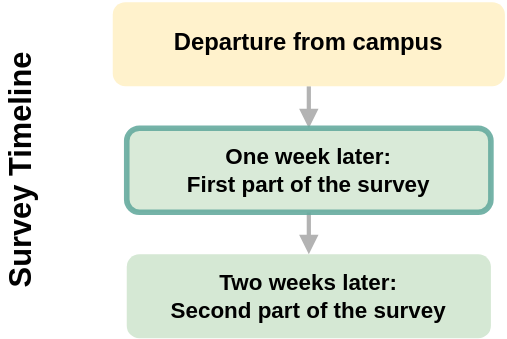
Before: Timeline.svg, a diagram exported from draw.io (iitkcss/iitkcss.github.io). Source tidied: cells renumbered, new cells last; positions are measured from the earlier drawing's top-left corner, leaving out a move shared by most shapes. Source of this version:
```xml
<mxGraphModel>
  <root>
    <mxCell id="0" />
    <mxCell id="1" parent="0" />
    <mxCell id="2" style="edgeStyle=orthogonalEdgeStyle;rounded=0;jettySize=auto;html=1;strokeWidth=3;endArrow=block;endFill=1;strokeColor=#B3B3B3;" parent="1" edge="1" source="3" target="5">
      <mxGeometry relative="1" as="geometry" />
    </mxCell>
    <mxCell id="3" value="&lt;b&gt;&lt;font style=&quot;font-size: 17px&quot;&gt;Departure from campus&lt;/font&gt;&lt;/b&gt;" style="rounded=1;whiteSpace=wrap;html=1;fillColor=#fff2cc;strokeWidth=2;strokeColor=none;" parent="1" vertex="1">
      <mxGeometry x="180" width="280" height="60" as="geometry" />
    </mxCell>
    <mxCell id="4" style="edgeStyle=orthogonalEdgeStyle;rounded=0;jettySize=auto;html=1;endArrow=block;endFill=1;strokeColor=#B3B3B3;strokeWidth=3;" parent="1" edge="1" source="5" target="6">
      <mxGeometry relative="1" as="geometry" />
    </mxCell>
    <mxCell id="5" value="&lt;b&gt;&lt;font style=&quot;font-size: 16px&quot;&gt;One week later:&lt;br&gt;First part of the survey&lt;/font&gt;&lt;/b&gt;" style="whiteSpace=wrap;html=1;rounded=1;strokeWidth=4;fillColor=#d5e8d4;strokeColor=#67AB9F;shadow=0;sketch=0;glass=0;opacity=90;perimeterSpacing=0;" parent="1" vertex="1">
      <mxGeometry x="190" y="90" width="260" height="60" as="geometry" />
    </mxCell>
    <mxCell id="6" value="&lt;b&gt;&lt;font style=&quot;font-size: 16px&quot;&gt;Two weeks later:&lt;br&gt;Second part of the survey&lt;/font&gt;&lt;/b&gt;" style="whiteSpace=wrap;html=1;rounded=1;strokeWidth=2;fillColor=#d5e8d4;strokeColor=none;" parent="1" vertex="1">
      <mxGeometry x="190" y="180" width="260" height="60" as="geometry" />
    </mxCell>
    <mxCell id="7" value="Survey Timeline" style="text;strokeColor=none;fillColor=none;align=center;verticalAlign=middle;whiteSpace=wrap;rounded=0;shadow=0;glass=0;sketch=0;opacity=90;rotation=-90;labelBackgroundColor=none;labelBorderColor=none;html=1;fontSize=22;horizontal=1;fontStyle=1;" parent="1" vertex="1">
      <mxGeometry y="105" width="230" height="30" as="geometry" />
    </mxCell>
  </root>
</mxGraphModel>
```
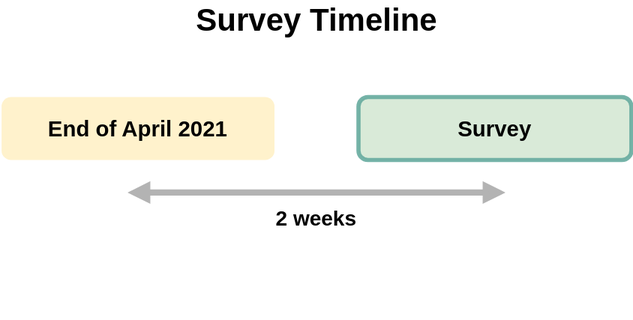
The same diagram one commit later.

Diff of the diagram source:
```diff
@@ -2,23 +2,35 @@
   <root>
     <mxCell id="0" />
     <mxCell id="1" parent="0" />
-    <mxCell id="2" style="edgeStyle=orthogonalEdgeStyle;rounded=0;jettySize=auto;html=1;strokeWidth=3;endArrow=block;endFill=1;strokeColor=#B3B3B3;" parent="1" edge="1" source="3" target="5">
-      <mxGeometry relative="1" as="geometry" />
+    <mxCell id="2" style="edgeStyle=orthogonalEdgeStyle;rounded=0;orthogonalLoop=1;jettySize=auto;html=1;strokeWidth=6;endArrow=block;endFill=1;strokeColor=#B3B3B3;startArrow=block;startFill=1;" parent="1" edge="1">
+      <mxGeometry relative="1" as="geometry">
+        <mxPoint x="10" y="200" as="sourcePoint" />
+        <mxPoint x="370" y="200" as="targetPoint" />
+      </mxGeometry>
     </mxCell>
-    <mxCell id="3" value="&lt;b&gt;&lt;font style=&quot;font-size: 17px&quot;&gt;Departure from campus&lt;/font&gt;&lt;/b&gt;" style="rounded=1;whiteSpace=wrap;html=1;fillColor=#fff2cc;strokeWidth=2;strokeColor=none;" parent="1" vertex="1">
-      <mxGeometry x="180" width="280" height="60" as="geometry" />
+    <mxCell id="3" value="&lt;b&gt;&lt;font style=&quot;font-size: 21px&quot;&gt;End of April 2021&lt;/font&gt;&lt;/b&gt;" style="rounded=1;whiteSpace=wrap;html=1;fillColor=#fff2cc;strokeWidth=2;strokeColor=none;" parent="1" vertex="1">
+      <mxGeometry x="-110" y="109" width="260" height="60" as="geometry" />
     </mxCell>
-    <mxCell id="4" style="edgeStyle=orthogonalEdgeStyle;rounded=0;jettySize=auto;html=1;endArrow=block;endFill=1;strokeColor=#B3B3B3;strokeWidth=3;" parent="1" edge="1" source="5" target="6">
-      <mxGeometry relative="1" as="geometry" />
-    </mxCell>
-    <mxCell id="5" value="&lt;b&gt;&lt;font style=&quot;font-size: 16px&quot;&gt;One week later:&lt;br&gt;First part of the survey&lt;/font&gt;&lt;/b&gt;" style="whiteSpace=wrap;html=1;rounded=1;strokeWidth=4;fillColor=#d5e8d4;strokeColor=#67AB9F;shadow=0;sketch=0;glass=0;opacity=90;perimeterSpacing=0;" parent="1" vertex="1">
-      <mxGeometry x="190" y="90" width="260" height="60" as="geometry" />
+    <mxCell id="5" value="&lt;b&gt;&lt;font style=&quot;font-size: 21px&quot;&gt;Survey&lt;/font&gt;&lt;/b&gt;" style="whiteSpace=wrap;html=1;rounded=1;strokeWidth=4;fillColor=#d5e8d4;strokeColor=#67AB9F;shadow=0;sketch=0;glass=0;opacity=90;perimeterSpacing=0;align=center;" parent="1" vertex="1">
+      <mxGeometry x="230" y="109" width="260" height="60" as="geometry" />
     </mxCell>
-    <mxCell id="6" value="&lt;b&gt;&lt;font style=&quot;font-size: 16px&quot;&gt;Two weeks later:&lt;br&gt;Second part of the survey&lt;/font&gt;&lt;/b&gt;" style="whiteSpace=wrap;html=1;rounded=1;strokeWidth=2;fillColor=#d5e8d4;strokeColor=none;" parent="1" vertex="1">
-      <mxGeometry x="190" y="180" width="260" height="60" as="geometry" />
-    </mxCell>
-    <mxCell id="7" value="Survey Timeline" style="text;strokeColor=none;fillColor=none;align=center;verticalAlign=middle;whiteSpace=wrap;rounded=0;shadow=0;glass=0;sketch=0;opacity=90;rotation=-90;labelBackgroundColor=none;labelBorderColor=none;html=1;fontSize=22;horizontal=1;fontStyle=1;" parent="1" vertex="1">
-      <mxGeometry y="105" width="230" height="30" as="geometry" />
+    <mxCell id="7" value="Survey Timeline" style="text;strokeColor=none;fillColor=none;align=center;verticalAlign=middle;whiteSpace=wrap;rounded=0;shadow=0;glass=0;sketch=0;opacity=90;rotation=0;labelBackgroundColor=none;labelBorderColor=none;html=1;fontSize=30;horizontal=1;fontStyle=1;" parent="1" vertex="1">
+      <mxGeometry x="57.5" y="20" width="265" height="30" as="geometry" />
     </mxCell>
+    <mxCell id="8" value="&lt;font style=&quot;font-size: 20px&quot;&gt;2 weeks&lt;/font&gt;" style="text;html=1;strokeColor=none;fillColor=none;align=center;verticalAlign=middle;whiteSpace=wrap;rounded=0;fontStyle=1;fontSize=20;" parent="1" vertex="1">
+      <mxGeometry x="145" y="214" width="90" height="20" as="geometry" />
+    </mxCell>
+    <mxCell id="9" style="edgeStyle=orthogonalEdgeStyle;rounded=0;orthogonalLoop=1;jettySize=auto;html=1;exitX=0.5;exitY=1;exitDx=0;exitDy=0;startArrow=block;startFill=1;" parent="1" edge="1" source="8" target="8">
+      <mxGeometry relative="1" as="geometry" />
+    </mxCell>
+    <mxCell id="10" style="endArrow=none;html=1;strokeWidth=6;fontSize=20;strokeColor=#FFFFFF;" parent="1" edge="1">
+      <mxGeometry relative="1" as="geometry">
+        <mxPoint x="-50" y="318" as="sourcePoint" />
+        <mxPoint x="420" y="318" as="targetPoint" />
+        <Array as="points">
+          <mxPoint x="180" y="318" />
+        </Array>
+      </mxGeometry>
+    </mxCell>
   </root>
 </mxGraphModel>
```
